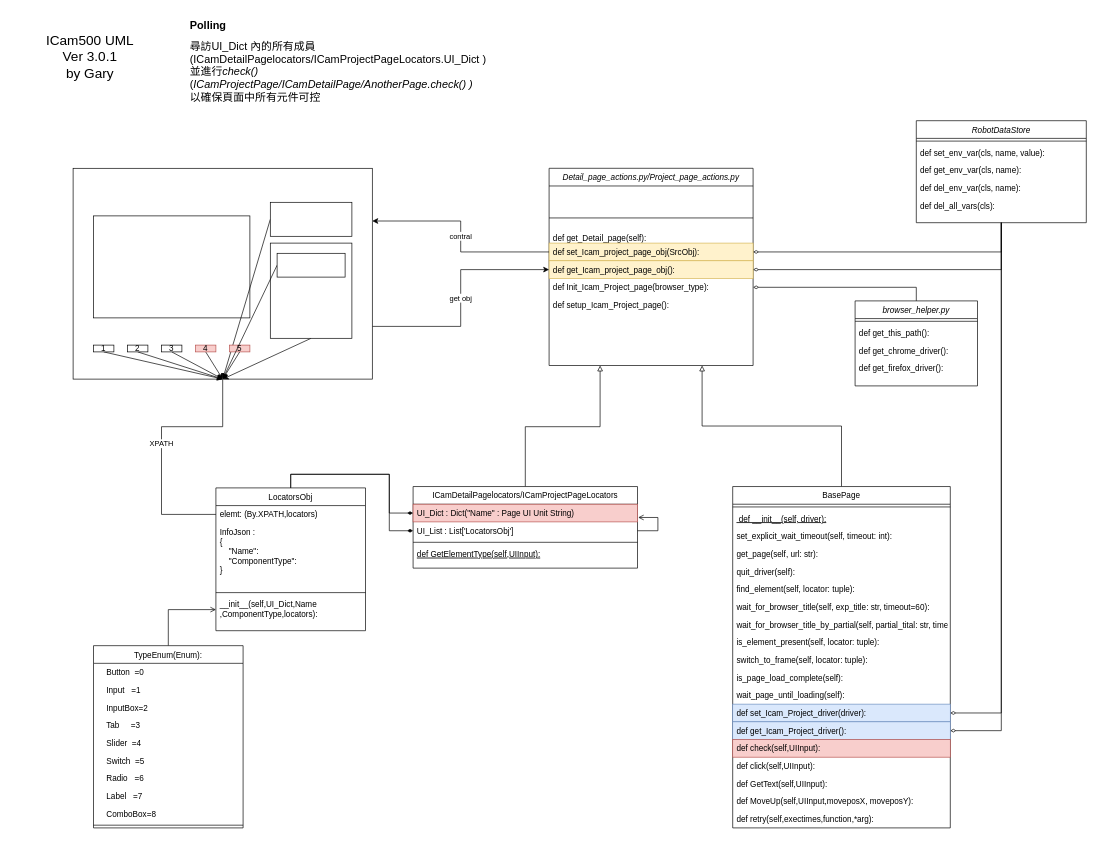
Before: page "版本3-20220117" (2 of 4) of doc/E2E架構圖.drawio in YiFan0221/E2E-POM, a draw.io diagram. Source tidied: cells renumbered, new cells numbered last; positions are measured from the earlier drawing's top-left corner, leaving out a move shared by most shapes. Both pictures are drawn from the tidied source at 68%, with x=0, y=0 at pixel (12, 18).
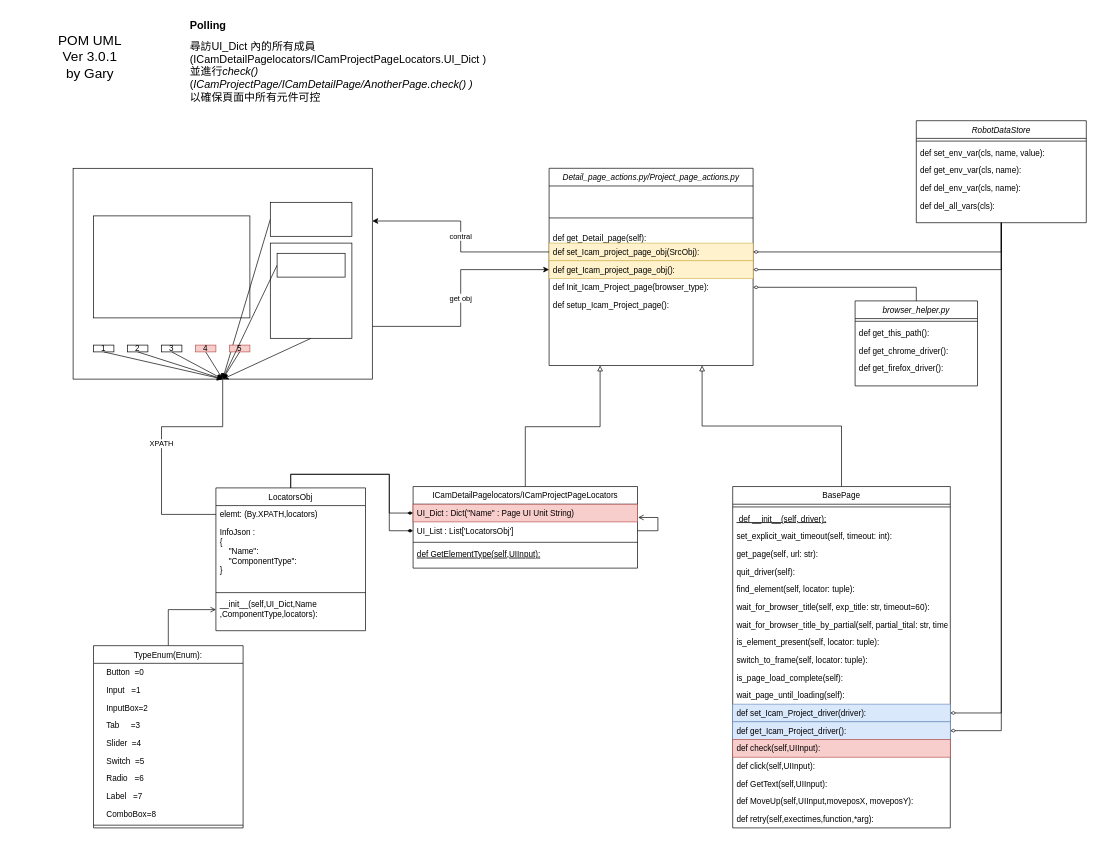
After the change.

What changed in the source:
```diff
@@
-    <mxCell id="63" value="&lt;font style=&quot;font-size: 20px&quot;&gt;ICam500 UML&lt;br&gt;Ver 3.0.1&lt;br&gt;by Gary&lt;br&gt;&lt;/font&gt;" style="text;html=1;strokeColor=none;fillColor=none;align=center;verticalAlign=middle;whiteSpace=wrap;rounded=0;" parent="1" vertex="1">
+    <mxCell id="63" value="&lt;font style=&quot;font-size: 20px&quot;&gt;POM&amp;nbsp;UML&lt;br&gt;Ver 3.0.1&lt;br&gt;by Gary&lt;br&gt;&lt;/font&gt;" style="text;html=1;strokeColor=none;fillColor=none;align=center;verticalAlign=middle;whiteSpace=wrap;rounded=0;" parent="1" vertex="1">
       <mxGeometry y="10" width="230" height="90" as="geometry" />
     </mxCell>
```
